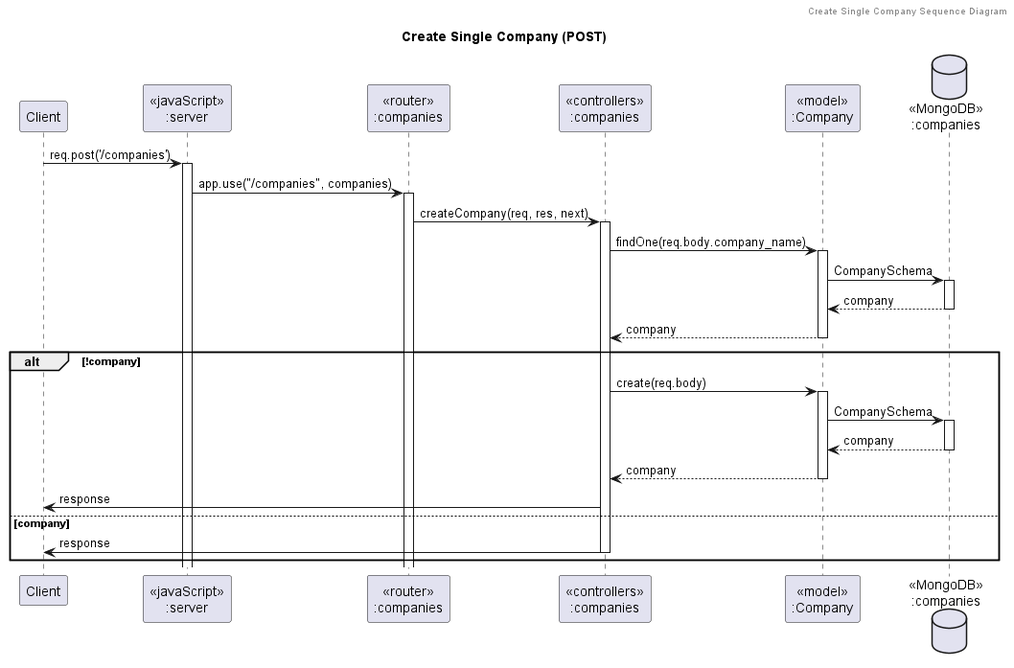
Earlier version of the PlantUML export out/diagrams/sequence_diagram/company/create_single_company/Create Single Company (POST).png (its144prelationship-study/swdevprac-project).
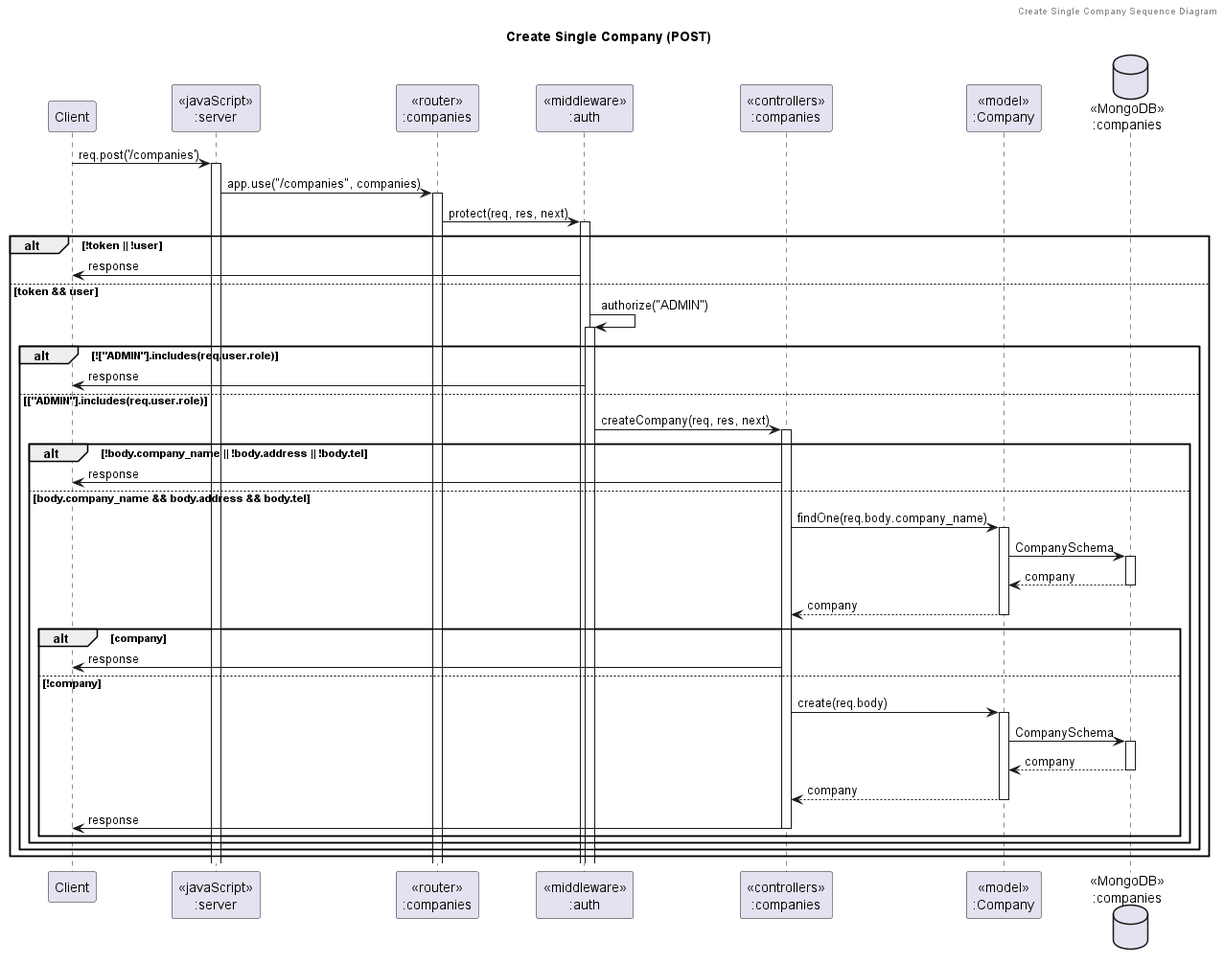
Above is the later version.

Diff of the diagram source:
```diff
@@ -6,25 +6,39 @@
 participant "Client" as client
 participant "<<javaScript>>\n:server" as server
 participant "<<router>>\n:companies" as routerCompanies
+participant "<<middleware>>\n:auth" as authMiddleware
 participant "<<controllers>>\n:companies" as controllersCompanies
 participant "<<model>>\n:Company" as modelCompanies
 database "<<MongoDB>>\n:companies" as CompaniesDatabase
 
 client -> server ++:req.post('/companies')
 server -> routerCompanies ++:app.use("/companies", companies)
-routerCompanies -> controllersCompanies ++:createCompany(req, res, next)
-controllersCompanies -> modelCompanies ++:findOne(req.body.company_name)
-modelCompanies -> CompaniesDatabase ++: CompanySchema
-CompaniesDatabase --> modelCompanies --: company
-controllersCompanies <-- modelCompanies --: company
-alt !company
-    controllersCompanies -> modelCompanies ++:create(req.body)
-    modelCompanies -> CompaniesDatabase ++: CompanySchema
-    CompaniesDatabase --> modelCompanies --: company
-    controllersCompanies <-- modelCompanies --: company
-    controllersCompanies -> client : response
-else company
-    controllersCompanies -> client --: response
+routerCompanies -> authMiddleware ++:protect(req, res, next)
+alt !token || !user
+    authMiddleware -> client :response
+else token && user
+    authMiddleware -> authMiddleware ++:authorize("ADMIN")
+    alt !["ADMIN"].includes(req.user.role)
+        authMiddleware -> client :response
+    else ["ADMIN"].includes(req.user.role)
+        authMiddleware -> controllersCompanies ++:createCompany(req, res, next)
+        alt !body.company_name || !body.address || !body.tel
+            controllersCompanies -> client :response
+        else body.company_name && body.address && body.tel
+            controllersCompanies -> modelCompanies ++:findOne(req.body.company_name)
+            modelCompanies -> CompaniesDatabase ++: CompanySchema
+            CompaniesDatabase --> modelCompanies --: company
+            controllersCompanies <-- modelCompanies --: company
+            alt company
+                controllersCompanies -> client : response
+            else !company
+                controllersCompanies -> modelCompanies ++:create(req.body)
+                modelCompanies -> CompaniesDatabase ++: CompanySchema
+                CompaniesDatabase --> modelCompanies --: company
+                controllersCompanies <-- modelCompanies --: company
+                controllersCompanies -> client --: response
+            end
+        end
+    end
 end
-
 @enduml
```
